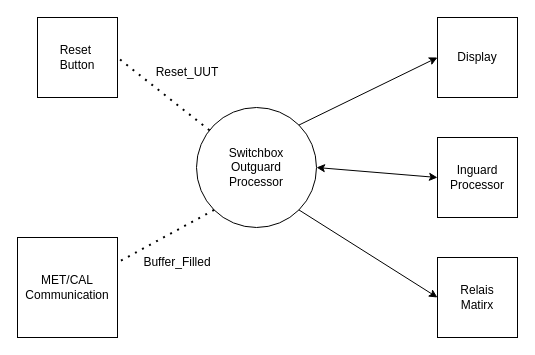
The draw.io diagram KontextDiagram.drawio in Lostqw1/Funfun, before the edit. Source tidied: cells renumbered, new cells numbered last; positions are measured from the earlier drawing's top-left corner, leaving out a move shared by most shapes. Both pictures are drawn from the tidied source at 100%, with x=0, y=0 at pixel (17, 17).
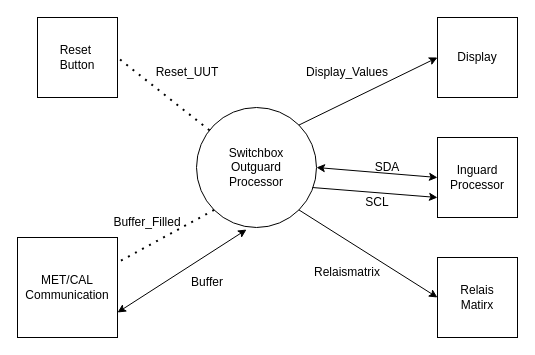
After the change.

The change refers to these unchanged cells:
```xml
<mxCell id="2" value="Switchbox&lt;br&gt;Outguard&lt;br&gt;Processor" style="ellipse;whiteSpace=wrap;html=1;" parent="1" vertex="1">
  <mxGeometry x="179" y="90" width="120" height="120" as="geometry" />
</mxCell>
<mxCell id="6" value="MET/CAL&lt;br&gt;Communication&lt;br&gt;" style="whiteSpace=wrap;html=1;" parent="1" vertex="1">
  <mxGeometry y="220" width="100" height="100" as="geometry" />
</mxCell>
<mxCell id="11" value="Inguard&lt;br&gt;Processor" style="whiteSpace=wrap;html=1;" parent="1" vertex="1">
  <mxGeometry x="420" y="120" width="80" height="80" as="geometry" />
</mxCell>
```

The edit, as a diff of the source:
```diff
@@
     <mxCell id="13" value="Buffer_Filled" style="text;html=1;strokeColor=none;fillColor=none;align=center;verticalAlign=middle;whiteSpace=wrap;rounded=0;" parent="1" vertex="1">
-      <mxGeometry x="130" y="230" width="60" height="30" as="geometry" />
+      <mxGeometry x="100" y="190" width="60" height="30" as="geometry" />
     </mxCell>
@@
+    <mxCell id="15" value="SDA" style="text;html=1;strokeColor=none;fillColor=none;align=center;verticalAlign=middle;whiteSpace=wrap;rounded=0;" parent="1" vertex="1">
+      <mxGeometry x="340" y="135" width="60" height="30" as="geometry" />
+    </mxCell>
+    <mxCell id="16" style="endArrow=classic;html=1;rounded=0;entryX=0;entryY=0.75;entryDx=0;entryDy=0;exitX=0.967;exitY=0.667;exitDx=0;exitDy=0;exitPerimeter=0;" parent="1" edge="1" source="2" target="11">
+      <mxGeometry relative="1" as="geometry" />
+    </mxCell>
+    <mxCell id="17" value="SCL" style="text;html=1;strokeColor=none;fillColor=none;align=center;verticalAlign=middle;whiteSpace=wrap;rounded=0;" parent="1" vertex="1">
+      <mxGeometry x="330" y="170" width="60" height="30" as="geometry" />
+    </mxCell>
+    <mxCell id="18" style="endArrow=classic;startArrow=classic;html=1;rounded=0;exitX=1;exitY=0.75;exitDx=0;exitDy=0;entryX=0.417;entryY=1.017;entryDx=0;entryDy=0;entryPerimeter=0;" parent="1" edge="1" source="6" target="2">
+      <mxGeometry relative="1" as="geometry" />
+    </mxCell>
+    <mxCell id="19" value="Display_Values" style="text;html=1;strokeColor=none;fillColor=none;align=center;verticalAlign=middle;whiteSpace=wrap;rounded=0;" parent="1" vertex="1">
+      <mxGeometry x="300" y="40" width="60" height="30" as="geometry" />
+    </mxCell>
+    <mxCell id="20" value="Buffer" style="text;html=1;strokeColor=none;fillColor=none;align=center;verticalAlign=middle;whiteSpace=wrap;rounded=0;" parent="1" vertex="1">
+      <mxGeometry x="160" y="250" width="60" height="30" as="geometry" />
+    </mxCell>
+    <mxCell id="21" value="Relaismatrix&lt;br&gt;" style="text;html=1;strokeColor=none;fillColor=none;align=center;verticalAlign=middle;whiteSpace=wrap;rounded=0;" parent="1" vertex="1">
+      <mxGeometry x="300" y="240" width="60" height="30" as="geometry" />
+    </mxCell>
```
